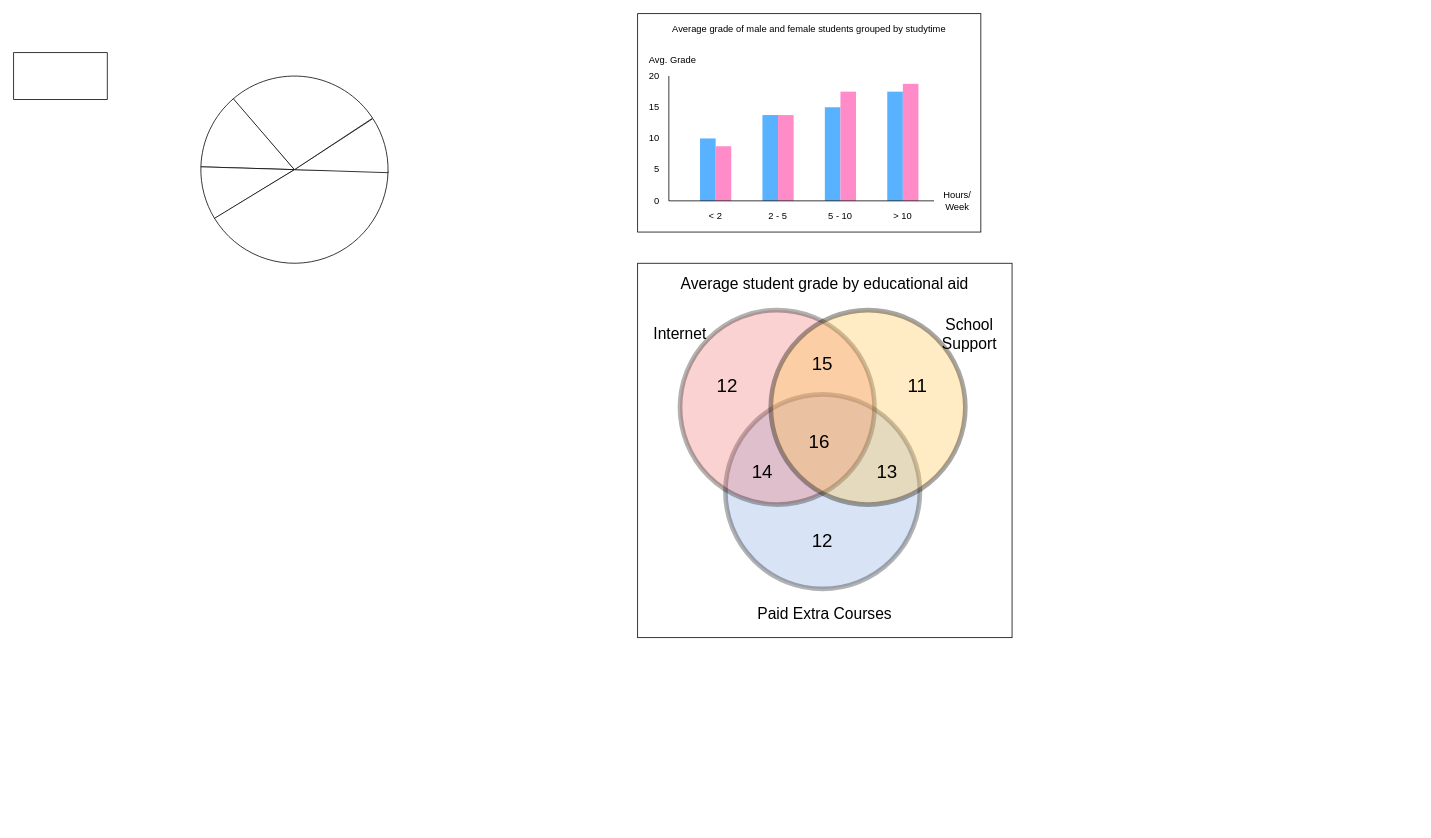
The draw.io diagram documentation/milepael2/drawio/SchoolData.drawio in larseriktf/BigData, before the edit. Source tidied: cells renumbered, new cells numbered last; positions are measured from the earlier drawing's top-left corner, leaving out a move shared by most shapes. Both pictures are drawn from the tidied source at 78%, with x=0, y=0 at pixel (13, 13).
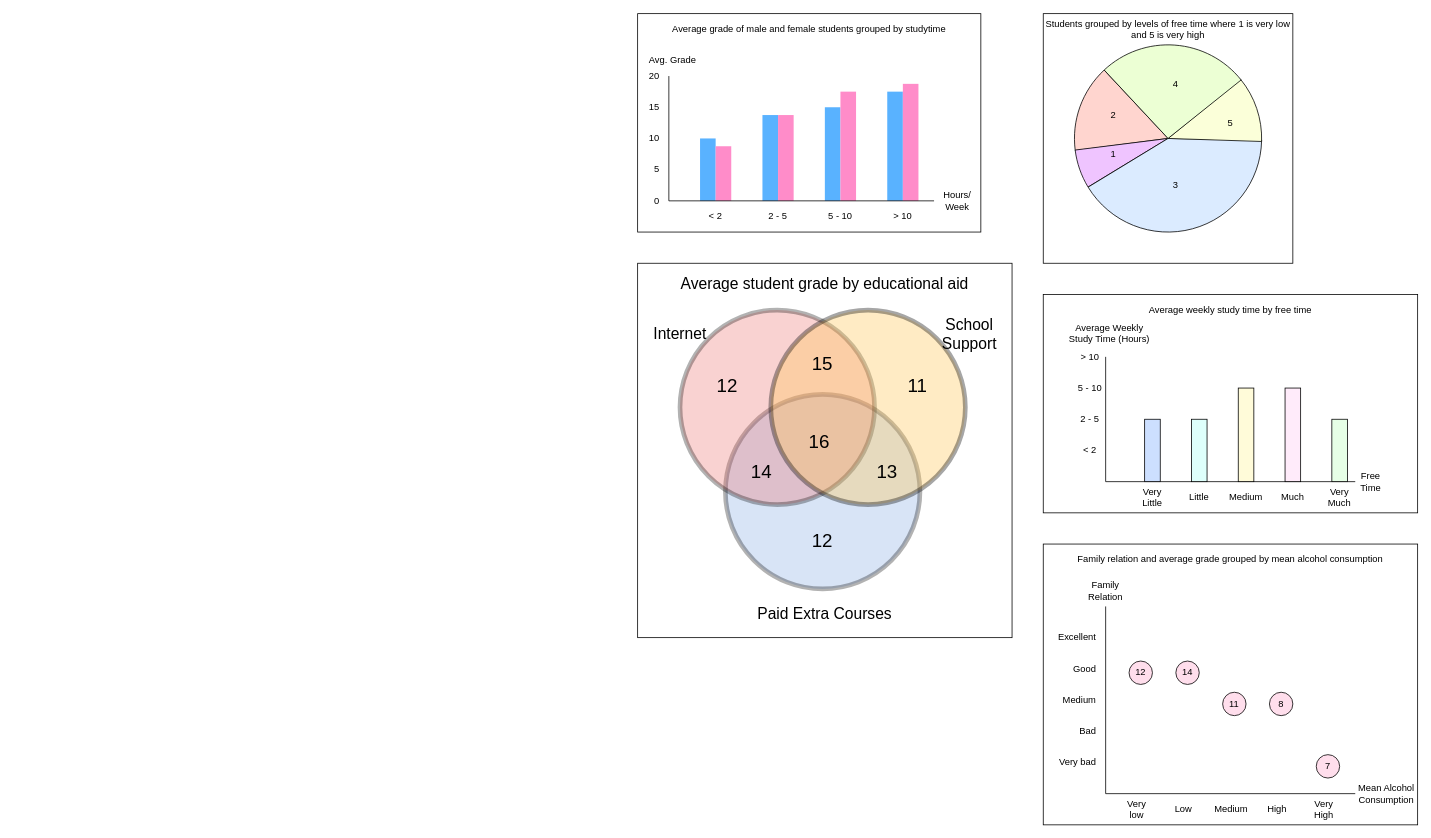
After the change.

Commit message:
added some more components to the sketch

Change to the diagram source:
```diff
@@
-    <mxCell id="26" style="rounded=0;whiteSpace=wrap;html=1;fillColor=#FFFFFF;" parent="1" vertex="1">
-      <mxGeometry y="50" width="120" height="60" as="geometry" />
-    </mxCell>
@@
+    <mxCell id="49" style="group;" parent="1" vertex="1">
+      <mxGeometry x="1320" width="320" height="320" as="geometry" />
+    </mxCell>
+    <mxCell id="50" style="rounded=0;whiteSpace=wrap;html=1;hachureGap=4;fillColor=#FFFFFF;" parent="49" vertex="1">
+      <mxGeometry width="320" height="320" as="geometry" />
+    </mxCell>
-    <mxCell id="44" style="verticalLabelPosition=bottom;verticalAlign=top;html=1;shape=mxgraph.basic.pie;startAngle=0.7547732166712652;endAngle=0.8876049236330741;fontSize=12;fontColor=#000000;strokeColor=default;fillColor=default;" parent="1" vertex="1">
-      <mxGeometry x="240" y="80" width="240" height="240" as="geometry" />
+    <mxCell id="44" style="verticalLabelPosition=bottom;verticalAlign=top;html=1;shape=mxgraph.basic.pie;startAngle=0.7294252440875133;endAngle=0.8804113472403193;fontSize=12;fontColor=#000000;strokeColor=default;fillColor=#FFD5CF;" parent="49" vertex="1">
+      <mxGeometry x="40" y="40" width="240" height="240" as="geometry" />
     </mxCell>
-    <mxCell id="45" style="verticalLabelPosition=bottom;verticalAlign=top;html=1;shape=mxgraph.basic.pie;startAngle=0.6626199351179021;endAngle=0.7547732166712652;fontSize=12;fontColor=#000000;strokeColor=default;fillColor=default;" parent="1" vertex="1">
-      <mxGeometry x="240" y="80" width="240" height="240" as="geometry" />
+    <mxCell id="45" style="verticalLabelPosition=bottom;verticalAlign=top;html=1;shape=mxgraph.basic.pie;startAngle=0.6631563008489516;endAngle=0.7302082879197171;fontSize=12;fontColor=#000000;strokeColor=default;fillColor=#EFC4FF;" parent="49" vertex="1">
+      <mxGeometry x="40" y="40" width="240" height="240" as="geometry" />
     </mxCell>
-    <mxCell id="46" style="verticalLabelPosition=bottom;verticalAlign=top;html=1;shape=mxgraph.basic.pie;startAngle=0.2530025671851686;endAngle=0.6629178309298804;fontSize=12;fontColor=#000000;strokeColor=default;fillColor=default;" parent="1" vertex="1">
-      <mxGeometry x="240" y="80" width="240" height="240" as="geometry" />
+    <mxCell id="46" style="verticalLabelPosition=bottom;verticalAlign=top;html=1;shape=mxgraph.basic.pie;startAngle=0.2530025671851686;endAngle=0.6629178309298804;fontSize=12;fontColor=#000000;strokeColor=default;fillColor=#DBEBFF;" parent="49" vertex="1">
+      <mxGeometry x="40" y="40" width="240" height="240" as="geometry" />
     </mxCell>
-    <mxCell id="47" style="verticalLabelPosition=bottom;verticalAlign=top;html=1;shape=mxgraph.basic.pie;startAngle=0.15813700604788425;endAngle=0.25518799677620607;fontSize=12;fontColor=#000000;strokeColor=default;fillColor=default;" parent="1" vertex="1">
-      <mxGeometry x="240" y="80" width="240" height="240" as="geometry" />
+    <mxCell id="47" style="verticalLabelPosition=bottom;verticalAlign=top;html=1;shape=mxgraph.basic.pie;startAngle=0.14109110137508935;endAngle=0.25518799677620607;fontSize=12;fontColor=#000000;strokeColor=default;fillColor=#FBFFD9;" parent="49" vertex="1">
+      <mxGeometry x="40" y="40" width="240" height="240" as="geometry" />
     </mxCell>
-    <mxCell id="48" style="verticalLabelPosition=bottom;verticalAlign=top;html=1;shape=mxgraph.basic.pie;startAngle=0.8867284172392853;endAngle=0.15731564999705677;fontSize=12;fontColor=#000000;strokeColor=default;fillColor=default;" parent="1" vertex="1">
-      <mxGeometry x="240" y="80" width="240" height="240" as="geometry" />
+    <mxCell id="48" style="verticalLabelPosition=bottom;verticalAlign=top;html=1;shape=mxgraph.basic.pie;startAngle=0.8804859278080055;endAngle=0.14261164373863863;fontSize=12;fontColor=#000000;strokeColor=default;fillColor=#ECFFD4;" parent="49" vertex="1">
+      <mxGeometry x="40" y="40" width="240" height="240" as="geometry" />
     </mxCell>
+    <mxCell id="51" value="4" style="text;html=1;strokeColor=none;fillColor=none;align=center;verticalAlign=middle;whiteSpace=wrap;rounded=0;hachureGap=4;" parent="49" vertex="1">
+      <mxGeometry x="150" y="80" width="40" height="20" as="geometry" />
+    </mxCell>
+    <mxCell id="52" value="3" style="text;html=1;strokeColor=none;fillColor=none;align=center;verticalAlign=middle;whiteSpace=wrap;rounded=0;hachureGap=4;" parent="49" vertex="1">
+      <mxGeometry x="150" y="210" width="40" height="20" as="geometry" />
+    </mxCell>
+    <mxCell id="53" value="2" style="text;html=1;strokeColor=none;fillColor=none;align=center;verticalAlign=middle;whiteSpace=wrap;rounded=0;hachureGap=4;" parent="49" vertex="1">
+      <mxGeometry x="70" y="120" width="40" height="20" as="geometry" />
+    </mxCell>
+    <mxCell id="54" value="5" style="text;html=1;strokeColor=none;fillColor=none;align=center;verticalAlign=middle;whiteSpace=wrap;rounded=0;hachureGap=4;" parent="49" vertex="1">
+      <mxGeometry x="220" y="130" width="40" height="20" as="geometry" />
+    </mxCell>
+    <mxCell id="55" value="1" style="text;html=1;strokeColor=none;fillColor=none;align=center;verticalAlign=middle;whiteSpace=wrap;rounded=0;hachureGap=4;" parent="49" vertex="1">
+      <mxGeometry x="70" y="170" width="40" height="20" as="geometry" />
+    </mxCell>
+    <mxCell id="56" value="Students grouped by levels of free time where 1 is very low and 5 is very high" style="text;html=1;strokeColor=none;fillColor=none;align=center;verticalAlign=middle;whiteSpace=wrap;rounded=0;hachureGap=4;" parent="49" vertex="1">
+      <mxGeometry width="320" height="40" as="geometry" />
+    </mxCell>
+    <mxCell id="57" style="group;" parent="1" vertex="1">
+      <mxGeometry x="1320" y="360" width="480" height="280" as="geometry" />
+    </mxCell>
+    <mxCell id="26" style="rounded=0;whiteSpace=wrap;html=1;fillColor=#FFFFFF;" parent="57" vertex="1">
+      <mxGeometry width="480" height="280" as="geometry" />
+    </mxCell>
+    <mxCell id="58" style="endArrow=none;html=1;startSize=14;endSize=14;sourcePerimeterSpacing=8;targetPerimeterSpacing=8;" parent="57" edge="1">
+      <mxGeometry relative="1" as="geometry">
+        <mxPoint x="80" y="240" as="sourcePoint" />
+        <mxPoint x="400" y="240" as="targetPoint" />
+      </mxGeometry>
+    </mxCell>
+    <mxCell id="59" style="endArrow=none;html=1;startSize=14;endSize=14;sourcePerimeterSpacing=8;targetPerimeterSpacing=8;" parent="57" edge="1">
+      <mxGeometry relative="1" as="geometry">
+        <mxPoint x="80" y="240" as="sourcePoint" />
+        <mxPoint x="80" y="80" as="targetPoint" />
+      </mxGeometry>
+    </mxCell>
+    <mxCell id="60" value="Very Little" style="text;html=1;strokeColor=none;fillColor=none;align=center;verticalAlign=middle;whiteSpace=wrap;rounded=0;hachureGap=4;" parent="57" vertex="1">
+      <mxGeometry x="120" y="250" width="40" height="20" as="geometry" />
+    </mxCell>
+    <mxCell id="61" value="Little" style="text;html=1;strokeColor=none;fillColor=none;align=center;verticalAlign=middle;whiteSpace=wrap;rounded=0;hachureGap=4;" parent="57" vertex="1">
+      <mxGeometry x="180" y="250" width="40" height="20" as="geometry" />
+    </mxCell>
+    <mxCell id="62" value="Medium" style="text;html=1;strokeColor=none;fillColor=none;align=center;verticalAlign=middle;whiteSpace=wrap;rounded=0;hachureGap=4;" parent="57" vertex="1">
+      <mxGeometry x="240" y="250" width="40" height="20" as="geometry" />
+    </mxCell>
+    <mxCell id="63" value="Much" style="text;html=1;strokeColor=none;fillColor=none;align=center;verticalAlign=middle;whiteSpace=wrap;rounded=0;hachureGap=4;" parent="57" vertex="1">
+      <mxGeometry x="300" y="250" width="40" height="20" as="geometry" />
+    </mxCell>
+    <mxCell id="64" value="Very Much" style="text;html=1;strokeColor=none;fillColor=none;align=center;verticalAlign=middle;whiteSpace=wrap;rounded=0;hachureGap=4;" parent="57" vertex="1">
+      <mxGeometry x="360" y="250" width="40" height="20" as="geometry" />
+    </mxCell>
+    <mxCell id="65" style="rounded=0;whiteSpace=wrap;html=1;hachureGap=4;fillColor=#CCDFFF;" parent="57" vertex="1">
+      <mxGeometry x="130" y="160" width="20" height="80" as="geometry" />
+    </mxCell>
+    <mxCell id="66" value="Free Time" style="text;html=1;strokeColor=none;fillColor=none;align=center;verticalAlign=middle;whiteSpace=wrap;rounded=0;hachureGap=4;" parent="57" vertex="1">
+      <mxGeometry x="400" y="230" width="40" height="20" as="geometry" />
+    </mxCell>
+    <mxCell id="67" value="Average Weekly Study Time (Hours)" style="text;html=1;strokeColor=none;fillColor=none;align=center;verticalAlign=middle;whiteSpace=wrap;rounded=0;hachureGap=4;" parent="57" vertex="1">
+      <mxGeometry x="30" y="40" width="110" height="20" as="geometry" />
+    </mxCell>
+    <mxCell id="68" value="&amp;lt; 2" style="text;html=1;strokeColor=none;fillColor=none;align=center;verticalAlign=middle;whiteSpace=wrap;rounded=0;hachureGap=4;" parent="57" vertex="1">
+      <mxGeometry x="40" y="190" width="40" height="20" as="geometry" />
+    </mxCell>
+    <mxCell id="69" value="2 - 5" style="text;html=1;strokeColor=none;fillColor=none;align=center;verticalAlign=middle;whiteSpace=wrap;rounded=0;hachureGap=4;" parent="57" vertex="1">
+      <mxGeometry x="40" y="150" width="40" height="20" as="geometry" />
+    </mxCell>
+    <mxCell id="70" value="5 - 10" style="text;html=1;strokeColor=none;fillColor=none;align=center;verticalAlign=middle;whiteSpace=wrap;rounded=0;hachureGap=4;" parent="57" vertex="1">
+      <mxGeometry x="40" y="110" width="40" height="20" as="geometry" />
+    </mxCell>
+    <mxCell id="71" value="&amp;gt; 10" style="text;html=1;strokeColor=none;fillColor=none;align=center;verticalAlign=middle;whiteSpace=wrap;rounded=0;hachureGap=4;" parent="57" vertex="1">
+      <mxGeometry x="40" y="70" width="40" height="20" as="geometry" />
+    </mxCell>
+    <mxCell id="72" style="rounded=0;whiteSpace=wrap;html=1;hachureGap=4;fillColor=#DEFFFB;" parent="57" vertex="1">
+      <mxGeometry x="190" y="160" width="20" height="80" as="geometry" />
+    </mxCell>
+    <mxCell id="73" style="rounded=0;whiteSpace=wrap;html=1;hachureGap=4;fillColor=#FFFBD9;" parent="57" vertex="1">
+      <mxGeometry x="250" y="120" width="20" height="120" as="geometry" />
+    </mxCell>
+    <mxCell id="74" style="rounded=0;whiteSpace=wrap;html=1;hachureGap=4;fillColor=#FFEBFA;" parent="57" vertex="1">
+      <mxGeometry x="310" y="120" width="20" height="120" as="geometry" />
+    </mxCell>
+    <mxCell id="75" style="rounded=0;whiteSpace=wrap;html=1;hachureGap=4;fillColor=#E6FFE6;" parent="57" vertex="1">
+      <mxGeometry x="370" y="160" width="20" height="80" as="geometry" />
+    </mxCell>
+    <mxCell id="76" value="Average weekly study time by free time" style="text;html=1;strokeColor=none;fillColor=none;align=center;verticalAlign=middle;whiteSpace=wrap;rounded=0;hachureGap=4;" parent="57" vertex="1">
+      <mxGeometry y="10" width="480" height="20" as="geometry" />
+    </mxCell>
+    <mxCell id="77" style="group;" parent="1" vertex="1">
+      <mxGeometry x="1320" y="680" width="480" height="360" as="geometry" />
+    </mxCell>
+    <mxCell id="78" style="rounded=0;whiteSpace=wrap;html=1;hachureGap=4;fillColor=#FFFFFF;align=right;" parent="77" vertex="1">
+      <mxGeometry width="480" height="360" as="geometry" />
+    </mxCell>
+    <mxCell id="79" style="endArrow=none;html=1;startSize=14;endSize=14;sourcePerimeterSpacing=8;targetPerimeterSpacing=8;" parent="77" edge="1">
+      <mxGeometry relative="1" as="geometry">
+        <mxPoint x="80" y="320" as="sourcePoint" />
+        <mxPoint x="400" y="320" as="targetPoint" />
+      </mxGeometry>
+    </mxCell>
+    <mxCell id="80" style="endArrow=none;html=1;startSize=14;endSize=14;sourcePerimeterSpacing=8;targetPerimeterSpacing=8;" parent="77" edge="1">
+      <mxGeometry relative="1" as="geometry">
+        <mxPoint x="80" y="320" as="sourcePoint" />
+        <mxPoint x="80" y="80" as="targetPoint" />
+      </mxGeometry>
+    </mxCell>
+    <mxCell id="81" value="Mean Alcohol Consumption" style="text;html=1;strokeColor=none;fillColor=none;align=center;verticalAlign=middle;whiteSpace=wrap;rounded=0;hachureGap=4;" parent="77" vertex="1">
+      <mxGeometry x="400" y="310" width="80" height="20" as="geometry" />
+    </mxCell>
+    <mxCell id="82" value="Very low" style="text;html=1;strokeColor=none;fillColor=none;align=center;verticalAlign=middle;whiteSpace=wrap;rounded=0;hachureGap=4;" parent="77" vertex="1">
+      <mxGeometry x="100" y="330" width="40" height="20" as="geometry" />
+    </mxCell>
+    <mxCell id="83" value="Low" style="text;html=1;strokeColor=none;fillColor=none;align=center;verticalAlign=middle;whiteSpace=wrap;rounded=0;hachureGap=4;" parent="77" vertex="1">
+      <mxGeometry x="160" y="330" width="40" height="20" as="geometry" />
+    </mxCell>
+    <mxCell id="84" value="Medium" style="text;html=1;strokeColor=none;fillColor=none;align=center;verticalAlign=middle;whiteSpace=wrap;rounded=0;hachureGap=4;" parent="77" vertex="1">
+      <mxGeometry x="221" y="330" width="40" height="20" as="geometry" />
+    </mxCell>
+    <mxCell id="85" value="High" style="text;html=1;strokeColor=none;fillColor=none;align=center;verticalAlign=middle;whiteSpace=wrap;rounded=0;hachureGap=4;" parent="77" vertex="1">
+      <mxGeometry x="280" y="330" width="40" height="20" as="geometry" />
+    </mxCell>
+    <mxCell id="86" value="Very High" style="text;html=1;strokeColor=none;fillColor=none;align=center;verticalAlign=middle;whiteSpace=wrap;rounded=0;hachureGap=4;" parent="77" vertex="1">
+      <mxGeometry x="340" y="330" width="40" height="20" as="geometry" />
+    </mxCell>
+    <mxCell id="87" value="Family Relation" style="text;html=1;strokeColor=none;fillColor=none;align=center;verticalAlign=middle;whiteSpace=wrap;rounded=0;hachureGap=4;" parent="77" vertex="1">
+      <mxGeometry x="60" y="50" width="40" height="20" as="geometry" />
+    </mxCell>
+    <mxCell id="88" value="Very bad" style="text;html=1;strokeColor=none;fillColor=none;align=right;verticalAlign=middle;whiteSpace=wrap;rounded=0;hachureGap=4;" parent="77" vertex="1">
+      <mxGeometry x="10" y="270" width="60" height="20" as="geometry" />
+    </mxCell>
+    <mxCell id="89" value="Bad" style="text;html=1;strokeColor=none;fillColor=none;align=right;verticalAlign=middle;whiteSpace=wrap;rounded=0;hachureGap=4;" parent="77" vertex="1">
+      <mxGeometry x="10" y="230" width="60" height="20" as="geometry" />
+    </mxCell>
+    <mxCell id="90" value="Medium" style="text;html=1;strokeColor=none;fillColor=none;align=right;verticalAlign=middle;whiteSpace=wrap;rounded=0;hachureGap=4;" parent="77" vertex="1">
+      <mxGeometry x="10" y="190" width="60" height="20" as="geometry" />
+    </mxCell>
+    <mxCell id="91" value="Good" style="text;html=1;strokeColor=none;fillColor=none;align=right;verticalAlign=middle;whiteSpace=wrap;rounded=0;hachureGap=4;" parent="77" vertex="1">
+      <mxGeometry x="10" y="150" width="60" height="20" as="geometry" />
+    </mxCell>
+    <mxCell id="92" value="Excellent" style="text;html=1;strokeColor=none;fillColor=none;align=right;verticalAlign=middle;whiteSpace=wrap;rounded=0;hachureGap=4;" parent="77" vertex="1">
+      <mxGeometry x="10" y="110" width="60" height="20" as="geometry" />
+    </mxCell>
+    <mxCell id="93" style="group;" parent="77" vertex="1">
+      <mxGeometry x="110" y="150" width="30" height="30" as="geometry" />
+    </mxCell>
+    <mxCell id="94" style="ellipse;whiteSpace=wrap;html=1;hachureGap=4;fillColor=#FFDEEC;align=right;" parent="93" vertex="1">
+      <mxGeometry width="30" height="30" as="geometry" />
+    </mxCell>
+    <mxCell id="95" value="12" style="text;html=1;strokeColor=none;fillColor=none;align=center;verticalAlign=middle;whiteSpace=wrap;rounded=0;hachureGap=4;" parent="93" vertex="1">
+      <mxGeometry width="30" height="30" as="geometry" />
+    </mxCell>
+    <mxCell id="96" style="group;" parent="77" vertex="1">
+      <mxGeometry x="170" y="150" width="30" height="30" as="geometry" />
+    </mxCell>
+    <mxCell id="97" style="ellipse;whiteSpace=wrap;html=1;hachureGap=4;fillColor=#FFDEEC;align=right;" parent="96" vertex="1">
+      <mxGeometry width="30" height="30" as="geometry" />
+    </mxCell>
+    <mxCell id="98" value="14" style="text;html=1;strokeColor=none;fillColor=none;align=center;verticalAlign=middle;whiteSpace=wrap;rounded=0;hachureGap=4;" parent="96" vertex="1">
+      <mxGeometry width="30" height="30" as="geometry" />
+    </mxCell>
+    <mxCell id="99" style="group;" parent="77" vertex="1">
+      <mxGeometry x="230" y="190" width="30" height="30" as="geometry" />
+    </mxCell>
+    <mxCell id="100" style="ellipse;whiteSpace=wrap;html=1;hachureGap=4;fillColor=#FFDEEC;align=right;" parent="99" vertex="1">
+      <mxGeometry width="30" height="30" as="geometry" />
+    </mxCell>
+    <mxCell id="101" value="11" style="text;html=1;strokeColor=none;fillColor=none;align=center;verticalAlign=middle;whiteSpace=wrap;rounded=0;hachureGap=4;" parent="99" vertex="1">
+      <mxGeometry width="30" height="30" as="geometry" />
+    </mxCell>
+    <mxCell id="102" style="group;" parent="77" vertex="1">
+      <mxGeometry x="290" y="190" width="30" height="30" as="geometry" />
+    </mxCell>
+    <mxCell id="103" style="ellipse;whiteSpace=wrap;html=1;hachureGap=4;fillColor=#FFDEEC;align=right;" parent="102" vertex="1">
+      <mxGeometry width="30" height="30" as="geometry" />
+    </mxCell>
+    <mxCell id="104" value="8" style="text;html=1;strokeColor=none;fillColor=none;align=center;verticalAlign=middle;whiteSpace=wrap;rounded=0;hachureGap=4;" parent="102" vertex="1">
+      <mxGeometry width="30" height="30" as="geometry" />
+    </mxCell>
+    <mxCell id="105" style="group;" parent="77" vertex="1">
+      <mxGeometry x="350" y="270" width="30" height="30" as="geometry" />
+    </mxCell>
+    <mxCell id="106" style="ellipse;whiteSpace=wrap;html=1;hachureGap=4;fillColor=#FFDEEC;align=right;" parent="105" vertex="1">
+      <mxGeometry width="30" height="30" as="geometry" />
+    </mxCell>
+    <mxCell id="107" value="7" style="text;html=1;strokeColor=none;fillColor=none;align=center;verticalAlign=middle;whiteSpace=wrap;rounded=0;hachureGap=4;" parent="105" vertex="1">
+      <mxGeometry width="30" height="30" as="geometry" />
+    </mxCell>
+    <mxCell id="108" value="Family relation and average grade grouped by mean alcohol consumption" style="text;html=1;strokeColor=none;fillColor=none;align=center;verticalAlign=middle;whiteSpace=wrap;rounded=0;hachureGap=4;" parent="77" vertex="1">
+      <mxGeometry y="10" width="480" height="20" as="geometry" />
+    </mxCell>
```
